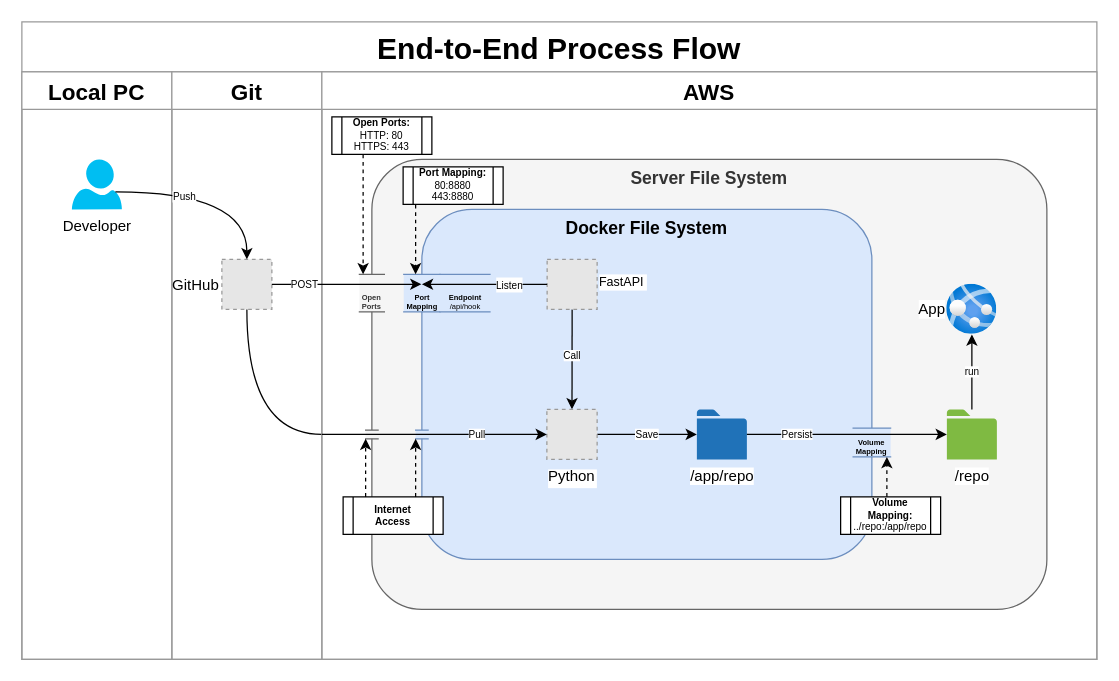
The draw.io diagram page "Page-2" (2 of 2) of blog/diagrams/diagrams.drawio in chrimaho/update-from-git, before the edit. Source tidied: cells renumbered, new cells numbered last; positions are measured from the earlier drawing's top-left corner, leaving out a move shared by most shapes. Both pictures are drawn from the tidied source at 125%, with x=0, y=0 at pixel (21, 21). Pictures stored in the file or linked from it are replaced by grey dashed boxes.
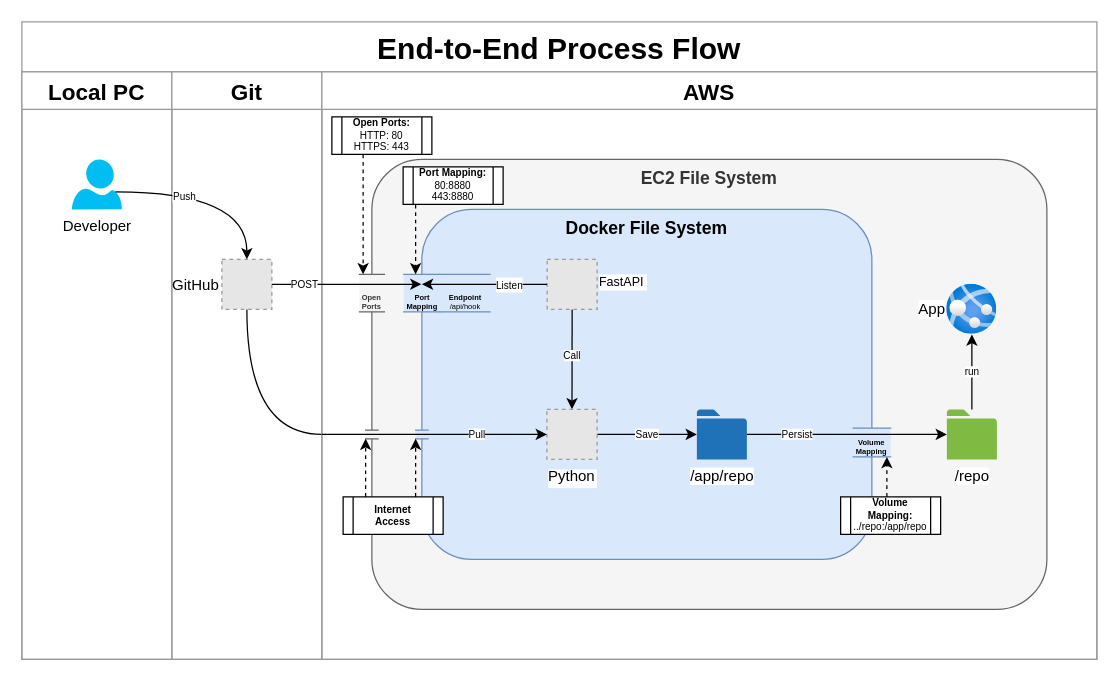
Above is the later version.

Unchanged cells that the change refers to:
```xml
<mxCell id="9" value="AWS" style="swimlane;startSize=30;verticalAlign=middle;strokeColor=#999999;fontSize=18;" parent="2" vertex="1">
  <mxGeometry x="240" y="40" width="620" height="470" as="geometry" />
</mxCell>
```

What changed in the source:
```diff
@@
-    <mxCell id="10" value="Server File System" style="rounded=1;whiteSpace=wrap;html=1;verticalAlign=top;fillColor=#f5f5f5;arcSize=80;fontStyle=1;absoluteArcSize=1;fontColor=#333333;strokeColor=#666666;fontSize=14;" parent="9" vertex="1">
+    <mxCell id="10" value="EC2 File System" style="rounded=1;whiteSpace=wrap;html=1;verticalAlign=top;fillColor=#f5f5f5;arcSize=80;fontStyle=1;absoluteArcSize=1;fontColor=#333333;strokeColor=#666666;fontSize=14;" parent="9" vertex="1">
       <mxGeometry x="40" y="70" width="540" height="360" as="geometry" />
     </mxCell>
```
